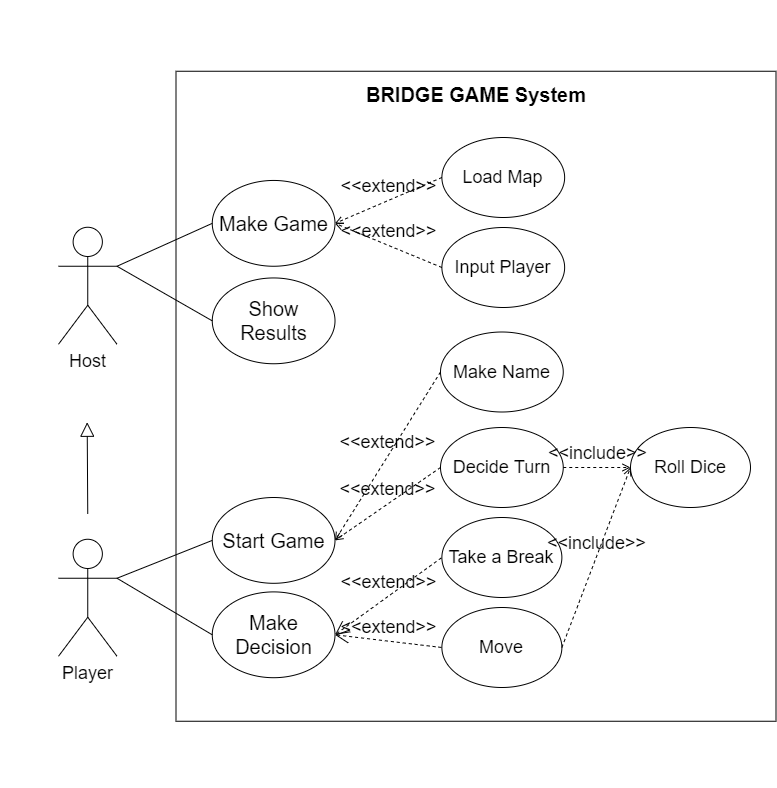
Earlier version of the draw.io export refer/usecase_Diagram.png (nakyoung98/softwareEnginnering). Source tidied: cells renumbered, new cells last; positions are measured from the earlier drawing's top-left corner, leaving out a move shared by most shapes.
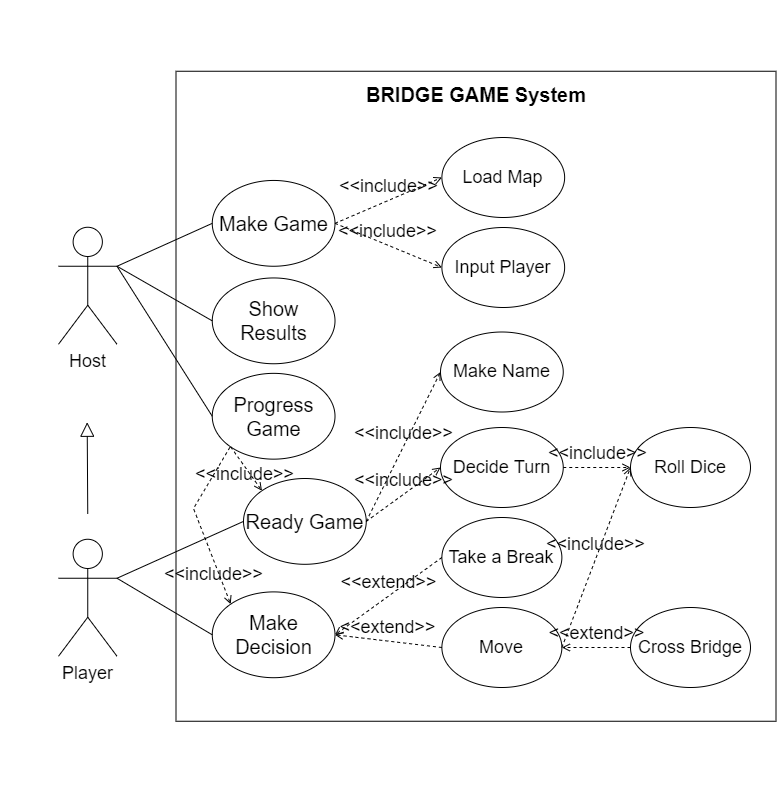
After the change.

Diff of the diagram source:
```diff
@@ -8,11 +8,8 @@
     <mxCell id="3" style="group;" parent="2" vertex="1">
       <mxGeometry width="745.5" height="786.1" as="geometry" />
     </mxCell>
-    <mxCell id="4" style="group;" parent="3" vertex="1">
-      <mxGeometry x="90" width="655.5" height="786.1" as="geometry" />
-    </mxCell>
-    <mxCell id="5" style="group;" parent="4" vertex="1">
-      <mxGeometry x="-120" y="70.8" width="775.5" height="690" as="geometry" />
+    <mxCell id="5" style="group;" parent="3" vertex="1">
+      <mxGeometry x="-30" y="70.8" width="775.5" height="690" as="geometry" />
     </mxCell>
     <mxCell id="6" style="group;" parent="5" vertex="1">
       <mxGeometry x="175.5" width="600" height="690" as="geometry" />
@@ -29,17 +26,14 @@
     <mxCell id="10" value="Load Map" style="ellipse;whiteSpace=wrap;html=1;fontSize=18;" parent="6" vertex="1">
       <mxGeometry x="265.9" y="66.2" width="122.8" height="80" as="geometry" />
     </mxCell>
-    <mxCell id="11" value="&amp;lt;&amp;lt;extend&amp;gt;&amp;gt;" style="html=1;verticalAlign=bottom;labelBackgroundColor=none;endArrow=open;endFill=0;dashed=1;rounded=0;fontSize=18;exitX=0;exitY=0.5;exitDx=0;exitDy=0;entryX=1;entryY=0.5;entryDx=0;entryDy=0;" parent="6" edge="1" source="10" target="12">
-      <mxGeometry relative="1" as="geometry" />
-    </mxCell>
     <mxCell id="12" value="Make Game" style="ellipse;whiteSpace=wrap;html=1;fontSize=20;" parent="6" vertex="1">
       <mxGeometry x="36.2" y="109.2" width="122.8" height="85.8" as="geometry" />
     </mxCell>
     <mxCell id="13" value="Show Results" style="ellipse;whiteSpace=wrap;html=1;fontSize=20;" parent="6" vertex="1">
       <mxGeometry x="36.2" y="206.7" width="122.8" height="85.8" as="geometry" />
     </mxCell>
-    <mxCell id="14" value="Start Game" style="ellipse;whiteSpace=wrap;html=1;fontSize=20;" parent="6" vertex="1">
-      <mxGeometry x="36.2" y="426.2" width="122.8" height="85.8" as="geometry" />
+    <mxCell id="14" value="Ready Game" style="ellipse;whiteSpace=wrap;html=1;fontSize=20;" parent="6" vertex="1">
+      <mxGeometry x="67.5" y="407.2" width="122.8" height="85.8" as="geometry" />
     </mxCell>
     <mxCell id="15" value="Take a Break" style="ellipse;whiteSpace=wrap;html=1;fontSize=18;" parent="6" vertex="1">
       <mxGeometry x="265.9" y="446.2" width="120" height="80" as="geometry" />
@@ -47,30 +41,15 @@
     <mxCell id="16" value="Move" style="ellipse;whiteSpace=wrap;html=1;fontSize=18;" parent="6" vertex="1">
       <mxGeometry x="265.9" y="536.2" width="120" height="80" as="geometry" />
     </mxCell>
-    <mxCell id="17" value="&amp;lt;&amp;lt;extend&amp;gt;&amp;gt;" style="edgeStyle=none;html=1;startArrow=open;endArrow=none;startSize=12;verticalAlign=bottom;dashed=1;labelBackgroundColor=none;rounded=0;fontSize=18;entryX=0;entryY=0.5;entryDx=0;entryDy=0;exitX=1;exitY=0.5;exitDx=0;exitDy=0;" parent="6" edge="1" source="9" target="15">
-      <mxGeometry relative="1" as="geometry" />
-    </mxCell>
-    <mxCell id="18" value="&amp;lt;&amp;lt;extend&amp;gt;&amp;gt;" style="edgeStyle=none;html=1;startArrow=open;endArrow=none;startSize=12;verticalAlign=bottom;dashed=1;labelBackgroundColor=none;rounded=0;fontSize=18;exitX=1;exitY=0.5;exitDx=0;exitDy=0;entryX=0;entryY=0.5;entryDx=0;entryDy=0;" parent="6" edge="1" source="9" target="16">
-      <mxGeometry relative="1" as="geometry" />
-    </mxCell>
     <mxCell id="19" value="Input Player" style="ellipse;whiteSpace=wrap;html=1;fontSize=18;" parent="6" vertex="1">
       <mxGeometry x="265.9" y="156.2" width="122.8" height="80" as="geometry" />
     </mxCell>
-    <mxCell id="20" value="&amp;lt;&amp;lt;extend&amp;gt;&amp;gt;" style="html=1;verticalAlign=bottom;labelBackgroundColor=none;endArrow=open;endFill=0;dashed=1;rounded=0;fontSize=18;exitX=0;exitY=0.5;exitDx=0;exitDy=0;entryX=1;entryY=0.5;entryDx=0;entryDy=0;" parent="6" edge="1" source="19" target="12">
-      <mxGeometry relative="1" as="geometry" />
-    </mxCell>
     <mxCell id="21" value="Make Name" style="ellipse;whiteSpace=wrap;html=1;fontSize=18;" parent="6" vertex="1">
       <mxGeometry x="264.5" y="260.8" width="122.8" height="80" as="geometry" />
     </mxCell>
-    <mxCell id="22" value="&amp;lt;&amp;lt;extend&amp;gt;&amp;gt;" style="html=1;verticalAlign=bottom;labelBackgroundColor=none;endArrow=open;endFill=0;dashed=1;rounded=0;fontSize=18;exitX=0;exitY=0.5;exitDx=0;exitDy=0;entryX=1;entryY=0.5;entryDx=0;entryDy=0;" parent="6" edge="1" source="21" target="14">
-      <mxGeometry relative="1" as="geometry" />
-    </mxCell>
     <mxCell id="23" value="Decide Turn" style="ellipse;whiteSpace=wrap;html=1;fontSize=18;" parent="6" vertex="1">
       <mxGeometry x="264.5" y="356.2" width="122.8" height="80" as="geometry" />
     </mxCell>
-    <mxCell id="24" value="&amp;lt;&amp;lt;extend&amp;gt;&amp;gt;" style="html=1;verticalAlign=bottom;labelBackgroundColor=none;endArrow=open;endFill=0;dashed=1;rounded=0;fontSize=18;exitX=0;exitY=0.5;exitDx=0;exitDy=0;entryX=1;entryY=0.5;entryDx=0;entryDy=0;" parent="6" edge="1" source="23" target="14">
-      <mxGeometry relative="1" as="geometry" />
-    </mxCell>
     <mxCell id="25" value="Roll Dice" style="ellipse;whiteSpace=wrap;html=1;fontSize=18;" parent="6" vertex="1">
       <mxGeometry x="454.5" y="356.2" width="120" height="80" as="geometry" />
     </mxCell>
@@ -80,6 +59,44 @@
     <mxCell id="27" value="&amp;lt;&amp;lt;include&amp;gt;&amp;gt;" style="html=1;verticalAlign=bottom;labelBackgroundColor=none;endArrow=open;endFill=0;dashed=1;rounded=0;fontSize=18;exitX=1;exitY=0.5;exitDx=0;exitDy=0;entryX=0;entryY=0.5;entryDx=0;entryDy=0;" parent="6" edge="1" source="16" target="25">
       <mxGeometry relative="1" as="geometry" />
     </mxCell>
+    <mxCell id="35" value="&amp;lt;&amp;lt;include&amp;gt;&amp;gt;" style="html=1;verticalAlign=bottom;labelBackgroundColor=none;endArrow=open;endFill=0;dashed=1;rounded=0;fontSize=18;exitX=1;exitY=0.5;exitDx=0;exitDy=0;entryX=0;entryY=0.5;entryDx=0;entryDy=0;" parent="6" edge="1" source="12" target="10">
+      <mxGeometry relative="1" as="geometry" />
+    </mxCell>
+    <mxCell id="36" value="&amp;lt;&amp;lt;include&amp;gt;&amp;gt;" style="html=1;verticalAlign=bottom;labelBackgroundColor=none;endArrow=open;endFill=0;dashed=1;rounded=0;fontSize=18;exitX=1;exitY=0.5;exitDx=0;exitDy=0;entryX=0;entryY=0.5;entryDx=0;entryDy=0;" parent="6" edge="1" source="12" target="19">
+      <mxGeometry relative="1" as="geometry" />
+    </mxCell>
+    <mxCell id="37" value="&amp;lt;&amp;lt;include&amp;gt;&amp;gt;" style="html=1;verticalAlign=bottom;labelBackgroundColor=none;endArrow=open;endFill=0;dashed=1;rounded=0;fontSize=18;exitX=1;exitY=0.5;exitDx=0;exitDy=0;entryX=0;entryY=0.5;entryDx=0;entryDy=0;" parent="6" edge="1" source="14" target="21">
+      <mxGeometry relative="1" as="geometry" />
+    </mxCell>
+    <mxCell id="38" value="&amp;lt;&amp;lt;include&amp;gt;&amp;gt;" style="html=1;verticalAlign=bottom;labelBackgroundColor=none;endArrow=open;endFill=0;dashed=1;rounded=0;fontSize=18;entryX=0;entryY=0.5;entryDx=0;entryDy=0;exitX=1;exitY=0.5;exitDx=0;exitDy=0;" parent="6" edge="1" source="14" target="23">
+      <mxGeometry relative="1" as="geometry" />
+    </mxCell>
+    <mxCell id="39" value="&amp;lt;&amp;lt;extend&amp;gt;&amp;gt;" style="html=1;verticalAlign=bottom;labelBackgroundColor=none;endArrow=open;endFill=0;dashed=1;rounded=0;fontSize=18;exitX=0;exitY=0.5;exitDx=0;exitDy=0;entryX=1;entryY=0.5;entryDx=0;entryDy=0;" parent="6" edge="1" source="15" target="9">
+      <mxGeometry relative="1" as="geometry" />
+    </mxCell>
+    <mxCell id="40" value="&amp;lt;&amp;lt;extend&amp;gt;&amp;gt;" style="html=1;verticalAlign=bottom;labelBackgroundColor=none;endArrow=open;endFill=0;dashed=1;rounded=0;fontSize=18;entryX=1;entryY=0.5;entryDx=0;entryDy=0;exitX=0;exitY=0.5;exitDx=0;exitDy=0;" parent="6" edge="1" source="16" target="9">
+      <mxGeometry relative="1" as="geometry" />
+    </mxCell>
+    <mxCell id="41" value="Cross Bridge" style="ellipse;whiteSpace=wrap;html=1;fontSize=18;" parent="6" vertex="1">
+      <mxGeometry x="454.5" y="536.2" width="120" height="80" as="geometry" />
+    </mxCell>
+    <mxCell id="42" value="&amp;lt;&amp;lt;extend&amp;gt;&amp;gt;" style="html=1;verticalAlign=bottom;labelBackgroundColor=none;endArrow=open;endFill=0;dashed=1;rounded=0;fontSize=18;entryX=1;entryY=0.5;entryDx=0;entryDy=0;exitX=0;exitY=0.5;exitDx=0;exitDy=0;" parent="6" edge="1" source="41" target="16">
+      <mxGeometry relative="1" as="geometry" />
+    </mxCell>
+    <mxCell id="43" value="Progress Game" style="ellipse;whiteSpace=wrap;html=1;fontSize=20;" parent="6" vertex="1">
+      <mxGeometry x="36.2" y="302.1" width="122.8" height="85.8" as="geometry" />
+    </mxCell>
+    <mxCell id="44" value="&amp;lt;&amp;lt;include&amp;gt;&amp;gt;" style="html=1;verticalAlign=bottom;labelBackgroundColor=none;endArrow=open;endFill=0;dashed=1;rounded=0;fontSize=18;exitX=0;exitY=1;exitDx=0;exitDy=0;entryX=0;entryY=0;entryDx=0;entryDy=0;" parent="6" edge="1" target="9">
+      <mxGeometry x="0.76" y="-10" relative="1" as="geometry">
+        <mxPoint x="53.9" y="376.1" as="sourcePoint" />
+        <Array as="points">
+          <mxPoint x="17.5" y="437.2" />
+        </Array>
+      </mxGeometry>
+    </mxCell>
+    <mxCell id="45" value="&amp;lt;&amp;lt;include&amp;gt;&amp;gt;" style="html=1;verticalAlign=bottom;labelBackgroundColor=none;endArrow=open;endFill=0;dashed=1;rounded=0;fontSize=18;exitX=0;exitY=1;exitDx=0;exitDy=0;entryX=0;entryY=0;entryDx=0;entryDy=0;" parent="6" edge="1" source="43" target="14">
+      <mxGeometry x="0.55" y="-13" relative="1" as="geometry" />
+    </mxCell>
     <mxCell id="28" value="&lt;font style=&quot;user-select: auto; font-size: 18px;&quot;&gt;Host&lt;/font&gt;" style="shape=umlActor;verticalLabelPosition=bottom;verticalAlign=top;html=1;outlineConnect=0;" parent="5" vertex="1">
       <mxGeometry x="58" y="156" width="58.5" height="117" as="geometry" />
     </mxCell>
@@ -104,5 +121,8 @@
     <mxCell id="34" style="endArrow=none;html=1;rounded=0;entryX=0;entryY=0.5;entryDx=0;entryDy=0;exitX=1;exitY=0.3333333333333333;exitDx=0;exitDy=0;exitPerimeter=0;" parent="5" edge="1" source="29" target="14">
       <mxGeometry relative="1" as="geometry" />
     </mxCell>
+    <mxCell id="46" style="endArrow=none;html=1;rounded=0;labelBackgroundColor=none;fontSize=11;entryX=1;entryY=0.3333333333333333;entryDx=0;entryDy=0;entryPerimeter=0;exitX=0;exitY=0.5;exitDx=0;exitDy=0;" parent="5" edge="1" source="43" target="28">
+      <mxGeometry relative="1" as="geometry" />
+    </mxCell>
   </root>
 </mxGraphModel>
```
